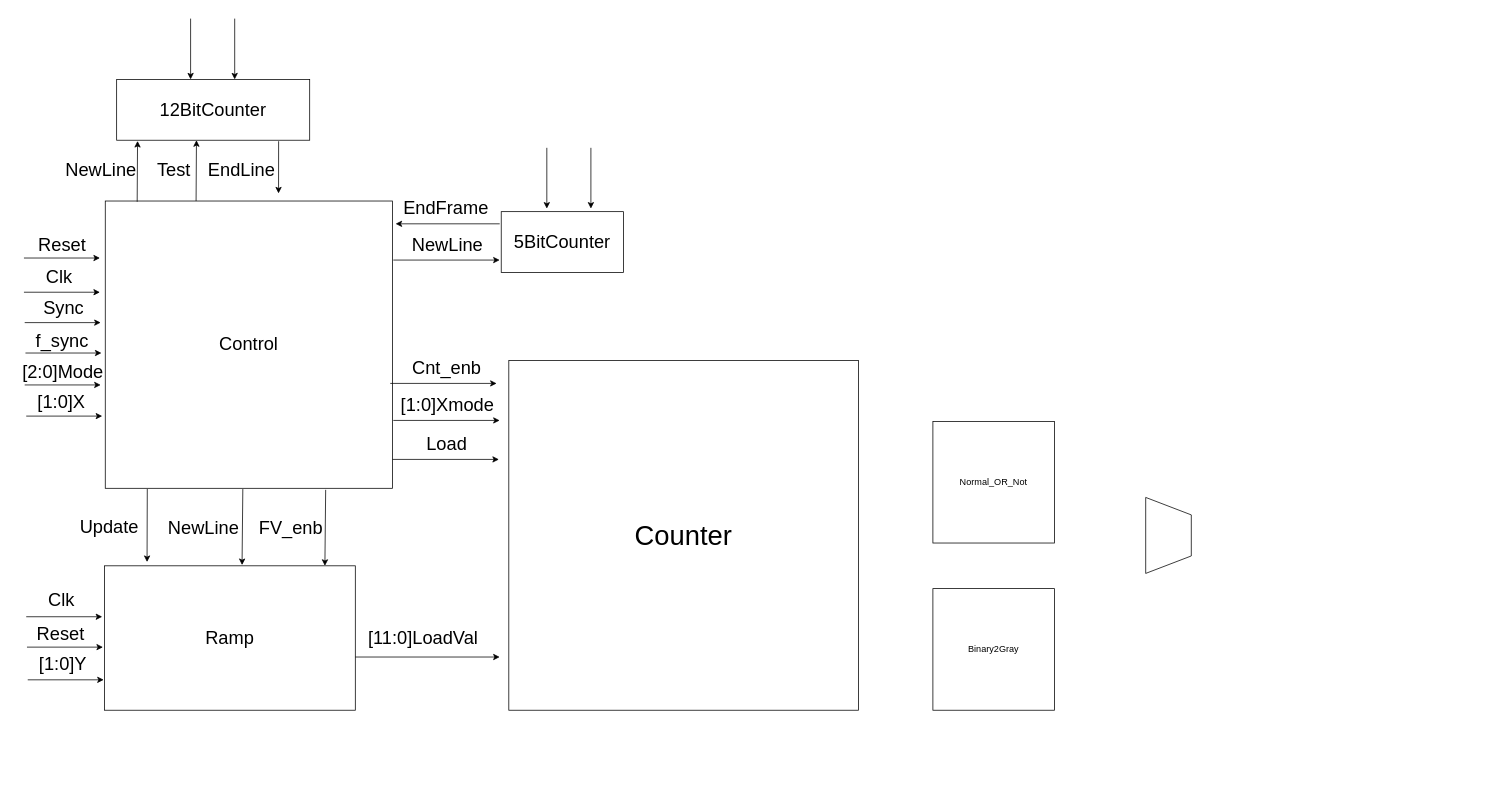
Above: Block_diagram.drawio in sabarioded/Patterns_Project (draw.io), before the change. Source tidied: cells renumbered, new cells numbered last; positions are measured from the earlier drawing's top-left corner, leaving out a move shared by most shapes. Both pictures are drawn from the tidied source at 76%, with x=0, y=0 at pixel (13, 18).
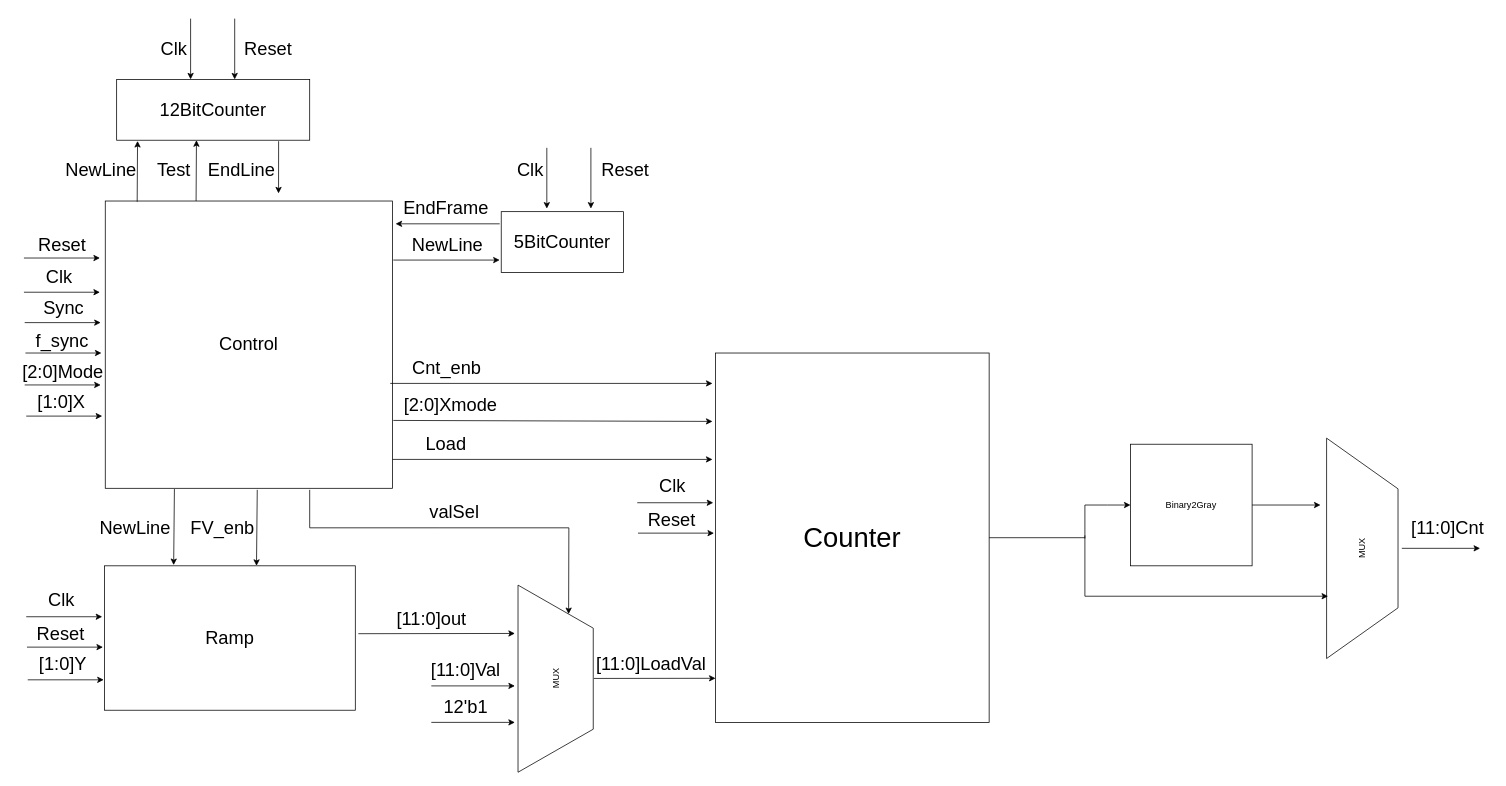
After the change.

What changed in the source:
```diff
@@
-<mxGraphModel>
+<mxGraphModel background="#ffffff">
@@
-    <mxCell id="3" value="&lt;font style=&quot;font-size: 36px;&quot;&gt;Counter&lt;/font&gt;" style="whiteSpace=wrap;html=1;" parent="1" vertex="1">
-      <mxGeometry x="652" y="450" width="460" height="460" as="geometry" />
-    </mxCell>
-    <mxCell id="4" style="verticalLabelPosition=middle;verticalAlign=middle;html=1;shape=trapezoid;perimeter=trapezoidPerimeter;whiteSpace=wrap;size=0.23;arcSize=10;flipV=1;labelPosition=center;align=center;rotation=-90;" parent="1" vertex="1">
-      <mxGeometry x="1470" y="650" width="100" height="60" as="geometry" />
+    <mxCell id="4" value="MUX" style="verticalLabelPosition=middle;verticalAlign=middle;html=1;shape=trapezoid;perimeter=trapezoidPerimeter;whiteSpace=wrap;size=0.23;arcSize=10;flipV=1;labelPosition=center;align=center;rotation=-90;" parent="1" vertex="1">
+      <mxGeometry x="1630" y="650" width="290" height="94" as="geometry" />
     </mxCell>
-    <mxCell id="5" value="Normal_OR_Not" style="whiteSpace=wrap;html=1;" parent="1" vertex="1">
-      <mxGeometry x="1210" y="530" width="160" height="160" as="geometry" />
-    </mxCell>
     <mxCell id="6" value="Binary2Gray" style="whiteSpace=wrap;html=1;" parent="1" vertex="1">
-      <mxGeometry x="1210" y="750" width="160" height="160" as="geometry" />
+      <mxGeometry x="1470" y="560" width="160" height="160" as="geometry" />
     </mxCell>
@@
-    <mxCell id="26" value="&lt;font style=&quot;font-size: 24px;&quot;&gt;Update&lt;/font&gt;" style="text;html=1;align=center;verticalAlign=middle;strokeColor=none;fillColor=none;" parent="1" vertex="1">
-      <mxGeometry x="76" y="649" width="100" height="40" as="geometry" />
-    </mxCell>
     <mxCell id="27" value="&lt;font style=&quot;font-size: 24px;&quot;&gt;NewLine&lt;/font&gt;" style="text;html=1;align=center;verticalAlign=middle;strokeColor=none;fillColor=none;" parent="1" vertex="1">
-      <mxGeometry x="190" y="650" width="120" height="40" as="geometry" />
+      <mxGeometry x="100" y="650" width="120" height="40" as="geometry" />
     </mxCell>
-    <mxCell id="28" style="edgeStyle=none;orthogonalLoop=1;jettySize=auto;html=1;rounded=0;exitX=0.104;exitY=1.002;exitDx=0;exitDy=0;exitPerimeter=0;" parent="1" edge="1">
-      <mxGeometry relative="1" as="geometry">
-        <mxPoint x="176.3" y="618.8" as="sourcePoint" />
-        <mxPoint x="176" y="715" as="targetPoint" />
-      </mxGeometry>
-    </mxCell>
     <mxCell id="29" style="edgeStyle=none;orthogonalLoop=1;jettySize=auto;html=1;rounded=0;exitX=0.104;exitY=1.002;exitDx=0;exitDy=0;exitPerimeter=0;entryX=0.18;entryY=-0.007;entryDx=0;entryDy=0;entryPerimeter=0;" parent="1" edge="1">
       <mxGeometry relative="1" as="geometry">
-        <mxPoint x="302" y="619" as="sourcePoint" />
-        <mxPoint x="301" y="719" as="targetPoint" />
+        <mxPoint x="212" y="619" as="sourcePoint" />
+        <mxPoint x="211" y="719" as="targetPoint" />
       </mxGeometry>
     </mxCell>
     <mxCell id="30" style="edgeStyle=none;orthogonalLoop=1;jettySize=auto;html=1;rounded=0;exitX=0.104;exitY=1.002;exitDx=0;exitDy=0;exitPerimeter=0;entryX=0.18;entryY=-0.007;entryDx=0;entryDy=0;entryPerimeter=0;" parent="1" edge="1">
       <mxGeometry relative="1" as="geometry">
-        <mxPoint x="411" y="620" as="sourcePoint" />
-        <mxPoint x="410" y="720" as="targetPoint" />
+        <mxPoint x="321" y="620" as="sourcePoint" />
+        <mxPoint x="320" y="720" as="targetPoint" />
       </mxGeometry>
     </mxCell>
     <mxCell id="31" value="&lt;font style=&quot;font-size: 24px;&quot;&gt;FV_enb&lt;/font&gt;" style="text;html=1;align=center;verticalAlign=middle;strokeColor=none;fillColor=none;" parent="1" vertex="1">
-      <mxGeometry x="310" y="650" width="110" height="40" as="geometry" />
+      <mxGeometry x="220" y="650" width="110" height="40" as="geometry" />
     </mxCell>
@@
     <mxCell id="33" style="endArrow=classic;html=1;rounded=0;" parent="1" edge="1">
       <mxGeometry relative="1" as="geometry">
-        <mxPoint x="450" y="840" as="sourcePoint" />
-        <mxPoint x="640" y="840" as="targetPoint" />
+        <mxPoint x="764" y="868.2" as="sourcePoint" />
+        <mxPoint x="924" y="868" as="targetPoint" />
       </mxGeometry>
     </mxCell>
     <mxCell id="34" value="&lt;font style=&quot;font-size: 24px;&quot;&gt;[11:0]LoadVal&lt;/font&gt;" style="text;html=1;align=center;verticalAlign=middle;strokeColor=none;fillColor=none;" parent="1" vertex="1">
-      <mxGeometry x="454" y="795" width="170" height="40" as="geometry" />
+      <mxGeometry x="754" y="830" width="170" height="40" as="geometry" />
     </mxCell>
     <mxCell id="35" style="endArrow=classic;html=1;rounded=0;" parent="1" edge="1">
       <mxGeometry relative="1" as="geometry">
         <mxPoint x="499" y="580" as="sourcePoint" />
-        <mxPoint x="639" y="580" as="targetPoint" />
+        <mxPoint x="920" y="580" as="targetPoint" />
       </mxGeometry>
     </mxCell>
     <mxCell id="36" value="&lt;font style=&quot;font-size: 24px;&quot;&gt;Load&lt;/font&gt;" style="text;html=1;align=center;verticalAlign=middle;strokeColor=none;fillColor=none;" parent="1" vertex="1">
-      <mxGeometry x="530" y="540" width="80" height="40" as="geometry" />
+      <mxGeometry x="529" y="540" width="80" height="40" as="geometry" />
     </mxCell>
     <mxCell id="37" style="endArrow=classic;html=1;rounded=0;" parent="1" edge="1">
       <mxGeometry relative="1" as="geometry">
         <mxPoint x="500" y="528.7" as="sourcePoint" />
-        <mxPoint x="640" y="528.7" as="targetPoint" />
+        <mxPoint x="920" y="530" as="targetPoint" />
       </mxGeometry>
     </mxCell>
-    <mxCell id="38" value="&lt;font style=&quot;font-size: 24px;&quot;&gt;[1:0]Xmode&lt;/font&gt;" style="text;html=1;align=center;verticalAlign=middle;strokeColor=none;fillColor=none;" parent="1" vertex="1">
-      <mxGeometry x="496" y="488.7" width="150" height="40" as="geometry" />
+    <mxCell id="38" value="&lt;font style=&quot;font-size: 24px;&quot;&gt;[2:0]Xmode&lt;/font&gt;" style="text;html=1;align=center;verticalAlign=middle;strokeColor=none;fillColor=none;" parent="1" vertex="1">
+      <mxGeometry x="500" y="488.7" width="150" height="40" as="geometry" />
     </mxCell>
     <mxCell id="39" style="endArrow=classic;html=1;rounded=0;" parent="1" edge="1">
       <mxGeometry relative="1" as="geometry">
         <mxPoint x="496" y="480" as="sourcePoint" />
-        <mxPoint x="636" y="480" as="targetPoint" />
+        <mxPoint x="920" y="480" as="targetPoint" />
       </mxGeometry>
     </mxCell>
@@
+    <mxCell id="57" value="MUX" style="verticalLabelPosition=middle;verticalAlign=middle;html=1;shape=trapezoid;perimeter=trapezoidPerimeter;whiteSpace=wrap;size=0.23;arcSize=10;flipV=1;labelPosition=center;align=center;rotation=-90;" parent="1" vertex="1">
+      <mxGeometry x="590.5" y="819" width="246.2" height="99" as="geometry" />
+    </mxCell>
+    <mxCell id="58" style="endArrow=classic;html=1;rounded=0;" parent="1" edge="1">
+      <mxGeometry relative="1" as="geometry">
+        <mxPoint x="454" y="809.3" as="sourcePoint" />
+        <mxPoint x="660" y="809" as="targetPoint" />
+      </mxGeometry>
+    </mxCell>
+    <mxCell id="59" value="&lt;span style=&quot;font-size: 24px;&quot;&gt;[11:0]out&lt;/span&gt;" style="text;html=1;align=center;verticalAlign=middle;strokeColor=none;fillColor=none;" parent="1" vertex="1">
+      <mxGeometry x="490" y="770" width="120" height="40" as="geometry" />
+    </mxCell>
+    <mxCell id="60" style="endArrow=classic;html=1;rounded=0;" parent="1" edge="1">
+      <mxGeometry relative="1" as="geometry">
+        <mxPoint x="550" y="878" as="sourcePoint" />
+        <mxPoint x="660" y="878" as="targetPoint" />
+      </mxGeometry>
+    </mxCell>
+    <mxCell id="61" style="endArrow=classic;html=1;rounded=0;" parent="1" edge="1">
+      <mxGeometry relative="1" as="geometry">
+        <mxPoint x="550" y="926" as="sourcePoint" />
+        <mxPoint x="660" y="926" as="targetPoint" />
+      </mxGeometry>
+    </mxCell>
+    <mxCell id="62" value="&lt;font style=&quot;font-size: 24px;&quot;&gt;[11:0]Val&lt;/font&gt;" style="text;html=1;align=center;verticalAlign=middle;strokeColor=none;fillColor=none;" parent="1" vertex="1">
+      <mxGeometry x="540" y="838" width="110" height="40" as="geometry" />
+    </mxCell>
+    <mxCell id="3" value="&lt;font style=&quot;font-size: 36px;&quot;&gt;Counter&lt;/font&gt;" style="rounded=0;whiteSpace=wrap;html=1;" parent="1" vertex="1">
+      <mxGeometry x="924" y="440" width="360" height="486" as="geometry" />
+    </mxCell>
+    <mxCell id="63" value="&lt;font style=&quot;font-size: 24px;&quot;&gt;12'b1&lt;/font&gt;" style="text;html=1;align=center;verticalAlign=middle;strokeColor=none;fillColor=none;" parent="1" vertex="1">
+      <mxGeometry x="555" y="886" width="80" height="40" as="geometry" />
+    </mxCell>
+    <mxCell id="64" style="endArrow=classic;html=1;rounded=0;entryX=1;entryY=0.75;entryDx=0;entryDy=0;" parent="1" edge="1" target="57">
+      <mxGeometry relative="1" as="geometry">
+        <mxPoint x="390" y="620" as="sourcePoint" />
+        <Array as="points">
+          <mxPoint x="390" y="670" />
+          <mxPoint x="560" y="670" />
+          <mxPoint x="731" y="670" />
+        </Array>
+      </mxGeometry>
+    </mxCell>
+    <mxCell id="65" value="&lt;font style=&quot;font-size: 24px;&quot;&gt;valSel&lt;/font&gt;" style="text;html=1;align=center;verticalAlign=middle;strokeColor=none;fillColor=none;" parent="1" vertex="1">
+      <mxGeometry x="535" y="630" width="90" height="40" as="geometry" />
+    </mxCell>
+    <mxCell id="66" style="edgeStyle=none;orthogonalLoop=1;jettySize=auto;html=1;rounded=0;" parent="1" edge="1">
+      <mxGeometry relative="1" as="geometry">
+        <mxPoint x="821" y="637" as="sourcePoint" />
+        <mxPoint x="921" y="637" as="targetPoint" />
+      </mxGeometry>
+    </mxCell>
+    <mxCell id="67" style="edgeStyle=none;orthogonalLoop=1;jettySize=auto;html=1;rounded=0;" parent="1" edge="1">
+      <mxGeometry relative="1" as="geometry">
+        <mxPoint x="822" y="677" as="sourcePoint" />
+        <mxPoint x="922" y="677" as="targetPoint" />
+      </mxGeometry>
+    </mxCell>
+    <mxCell id="68" value="&lt;font style=&quot;font-size: 24px;&quot;&gt;Clk&lt;/font&gt;" style="text;html=1;align=center;verticalAlign=middle;strokeColor=none;fillColor=none;" parent="1" vertex="1">
+      <mxGeometry x="837" y="596" width="60" height="40" as="geometry" />
+    </mxCell>
+    <mxCell id="69" value="&lt;font style=&quot;font-size: 24px;&quot;&gt;Reset&lt;/font&gt;" style="text;html=1;align=center;verticalAlign=middle;strokeColor=none;fillColor=none;" parent="1" vertex="1">
+      <mxGeometry x="821" y="640" width="90" height="40" as="geometry" />
+    </mxCell>
+    <mxCell id="70" value="&lt;font style=&quot;font-size: 24px;&quot;&gt;Clk&lt;/font&gt;" style="text;html=1;align=center;verticalAlign=middle;strokeColor=none;fillColor=none;" parent="1" vertex="1">
+      <mxGeometry x="650" y="180" width="60" height="40" as="geometry" />
+    </mxCell>
+    <mxCell id="71" value="&lt;font style=&quot;font-size: 24px;&quot;&gt;Clk&lt;/font&gt;" style="text;html=1;align=center;verticalAlign=middle;strokeColor=none;fillColor=none;" parent="1" vertex="1">
+      <mxGeometry x="181" y="20" width="60" height="40" as="geometry" />
+    </mxCell>
+    <mxCell id="72" value="&lt;font style=&quot;font-size: 24px;&quot;&gt;Reset&lt;/font&gt;" style="text;html=1;align=center;verticalAlign=middle;strokeColor=none;fillColor=none;" parent="1" vertex="1">
+      <mxGeometry x="290" y="20" width="90" height="40" as="geometry" />
+    </mxCell>
+    <mxCell id="73" value="&lt;font style=&quot;font-size: 24px;&quot;&gt;Reset&lt;/font&gt;" style="text;html=1;align=center;verticalAlign=middle;strokeColor=none;fillColor=none;" parent="1" vertex="1">
+      <mxGeometry x="760" y="180" width="90" height="40" as="geometry" />
+    </mxCell>
+    <mxCell id="74" style="endArrow=none;html=1;rounded=0;exitX=1;exitY=0.5;exitDx=0;exitDy=0;" parent="1" edge="1" source="3">
+      <mxGeometry relative="1" as="geometry">
+        <mxPoint x="1410" y="683" as="targetPoint" />
+      </mxGeometry>
+    </mxCell>
+    <mxCell id="75" style="endArrow=classic;html=1;rounded=0;entryX=0;entryY=0.5;entryDx=0;entryDy=0;" parent="1" edge="1" target="6">
+      <mxGeometry relative="1" as="geometry">
+        <mxPoint x="1410" y="684" as="sourcePoint" />
+        <Array as="points">
+          <mxPoint x="1410" y="640" />
+          <mxPoint x="1440" y="640" />
+        </Array>
+      </mxGeometry>
+    </mxCell>
+    <mxCell id="76" style="endArrow=classic;html=1;rounded=0;" parent="1" edge="1">
+      <mxGeometry relative="1" as="geometry">
+        <mxPoint x="1410" y="680" as="sourcePoint" />
+        <mxPoint x="1730" y="760" as="targetPoint" />
+        <Array as="points">
+          <mxPoint x="1410" y="760" />
+        </Array>
+      </mxGeometry>
+    </mxCell>
+    <mxCell id="77" style="endArrow=classic;html=1;rounded=0;exitX=1;exitY=0.5;exitDx=0;exitDy=0;" parent="1" edge="1" source="6">
+      <mxGeometry relative="1" as="geometry">
+        <mxPoint x="1720" y="640" as="targetPoint" />
+      </mxGeometry>
+    </mxCell>
+    <mxCell id="78" style="endArrow=classic;html=1;rounded=0;" parent="1" edge="1">
+      <mxGeometry relative="1" as="geometry">
+        <mxPoint x="1827" y="697" as="sourcePoint" />
+        <mxPoint x="1930" y="697" as="targetPoint" />
+      </mxGeometry>
+    </mxCell>
+    <mxCell id="79" value="&lt;font style=&quot;font-size: 24px;&quot;&gt;[11:0]Cnt&lt;/font&gt;" style="text;html=1;align=center;verticalAlign=middle;strokeColor=none;fillColor=none;" parent="1" vertex="1">
+      <mxGeometry x="1827" y="650" width="120" height="40" as="geometry" />
+    </mxCell>
```
